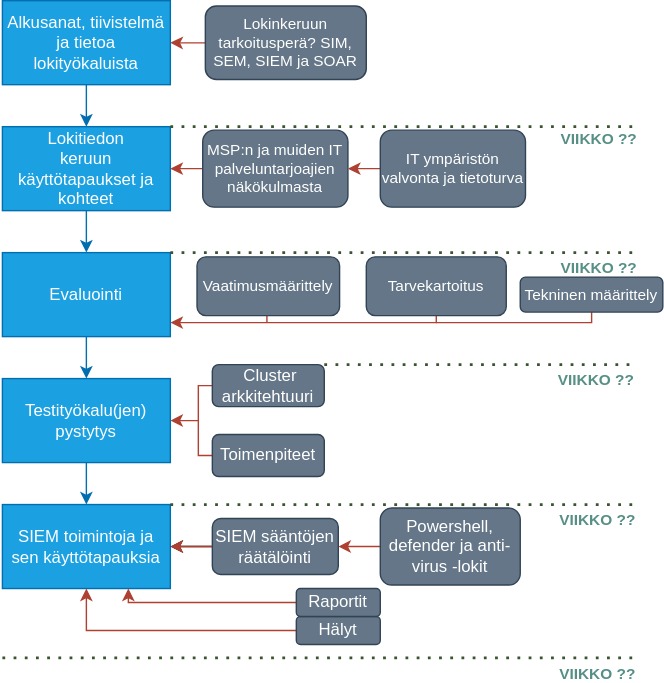
hirsmaki/oppari keeps this draw.io diagram as oppari_scope.svg. Above is the earlier version. Source tidied: cells renumbered, new cells last; positions are measured from the earlier drawing's top-left corner, leaving out a move shared by most shapes. The source it was exported from:
```xml
<mxGraphModel>
  <root>
    <mxCell id="0" />
    <mxCell id="1" parent="0" />
    <mxCell id="2" style="edgeStyle=orthogonalEdgeStyle;rounded=0;jettySize=auto;html=1;entryX=0.5;entryY=0;entryDx=0;entryDy=0;endArrow=classic;endFill=1;strokeColor=#006EAF;" parent="1" edge="1" source="3" target="9">
      <mxGeometry relative="1" as="geometry" />
    </mxCell>
    <mxCell id="3" value="Evaluointi" style="whiteSpace=wrap;html=1;fillColor=#1ba1e2;strokeColor=#006EAF;fontColor=#ffffff;" parent="1" vertex="1">
      <mxGeometry y="180" width="120" height="60" as="geometry" />
    </mxCell>
    <mxCell id="4" style="edgeStyle=orthogonalEdgeStyle;rounded=0;jettySize=auto;html=1;entryX=0.5;entryY=0;entryDx=0;entryDy=0;endArrow=classic;endFill=1;strokeColor=#006EAF;" parent="1" edge="1" source="5" target="7">
      <mxGeometry relative="1" as="geometry" />
    </mxCell>
    <mxCell id="5" value="Alkusanat, tiivistelmä ja tietoa lokityökaluista" style="rounded=0;whiteSpace=wrap;html=1;fillColor=#1ba1e2;strokeColor=#006EAF;fontColor=#ffffff;" parent="1" vertex="1">
      <mxGeometry width="120" height="60" as="geometry" />
    </mxCell>
    <mxCell id="6" style="edgeStyle=orthogonalEdgeStyle;rounded=0;jettySize=auto;html=1;entryX=0.5;entryY=0;entryDx=0;entryDy=0;endArrow=classic;endFill=1;strokeColor=#006EAF;" parent="1" edge="1" source="7" target="3">
      <mxGeometry relative="1" as="geometry" />
    </mxCell>
    <mxCell id="7" value="Lokitiedon&lt;br&gt;keruun käyttötapaukset ja kohteet" style="rounded=0;whiteSpace=wrap;html=1;fillColor=#1ba1e2;strokeColor=#006EAF;fontColor=#ffffff;" parent="1" vertex="1">
      <mxGeometry y="90" width="120" height="60" as="geometry" />
    </mxCell>
    <mxCell id="8" style="edgeStyle=orthogonalEdgeStyle;rounded=0;jettySize=auto;html=1;entryX=0.5;entryY=0;entryDx=0;entryDy=0;fillColor=#1ba1e2;strokeColor=#006EAF;" parent="1" edge="1" source="9" target="10">
      <mxGeometry relative="1" as="geometry" />
    </mxCell>
    <mxCell id="9" value="Testityökalu(jen) pystytys" style="rounded=0;whiteSpace=wrap;html=1;fillColor=#1ba1e2;strokeColor=#006EAF;fontColor=#ffffff;" parent="1" vertex="1">
      <mxGeometry y="270" width="120" height="60" as="geometry" />
    </mxCell>
    <mxCell id="10" value="SIEM toimintoja ja sen käyttötapauksia" style="rounded=0;whiteSpace=wrap;html=1;fillColor=#1ba1e2;strokeColor=#006EAF;fontColor=#ffffff;" parent="1" vertex="1">
      <mxGeometry y="360" width="120" height="60" as="geometry" />
    </mxCell>
    <mxCell id="11" style="edgeStyle=orthogonalEdgeStyle;rounded=0;jettySize=auto;html=1;entryX=1;entryY=0.5;entryDx=0;entryDy=0;fillColor=#fad9d5;strokeColor=#ae4132;" parent="1" edge="1" source="12" target="9">
      <mxGeometry relative="1" as="geometry">
        <Array as="points">
          <mxPoint x="140" y="275" />
          <mxPoint x="140" y="300" />
        </Array>
      </mxGeometry>
    </mxCell>
    <mxCell id="12" value="&amp;nbsp;Cluster arkkitehtuuri" style="rounded=1;whiteSpace=wrap;html=1;fillColor=#647687;strokeColor=#314354;fontColor=#ffffff;" parent="1" vertex="1">
      <mxGeometry x="150" y="260" width="80" height="30" as="geometry" />
    </mxCell>
    <mxCell id="13" style="edgeStyle=orthogonalEdgeStyle;rounded=0;jettySize=auto;html=1;entryX=1;entryY=0.5;entryDx=0;entryDy=0;endArrow=classic;endFill=1;fillColor=#fad9d5;strokeColor=#ae4132;" parent="1" edge="1" source="14" target="17">
      <mxGeometry relative="1" as="geometry" />
    </mxCell>
    <mxCell id="14" value="Powershell, defender ja anti-virus -lokit" style="rounded=1;whiteSpace=wrap;html=1;fillColor=#647687;strokeColor=#314354;fontColor=#ffffff;" parent="1" vertex="1">
      <mxGeometry x="270" y="362.5" width="100" height="55" as="geometry" />
    </mxCell>
    <mxCell id="15" style="edgeStyle=orthogonalEdgeStyle;rounded=0;jettySize=auto;html=1;entryX=1;entryY=0.5;entryDx=0;entryDy=0;" parent="1" edge="1" source="17" target="10">
      <mxGeometry relative="1" as="geometry" />
    </mxCell>
    <mxCell id="16" style="edgeStyle=orthogonalEdgeStyle;rounded=0;jettySize=auto;html=1;fontColor=#568F85;fillColor=#fad9d5;strokeColor=#ae4132;" parent="1" edge="1" source="17" target="10">
      <mxGeometry relative="1" as="geometry" />
    </mxCell>
    <mxCell id="17" value="SIEM sääntöjen räätälöinti" style="rounded=1;whiteSpace=wrap;html=1;fillColor=#647687;strokeColor=#314354;fontColor=#ffffff;" parent="1" vertex="1">
      <mxGeometry x="150" y="370" width="90" height="40" as="geometry" />
    </mxCell>
    <mxCell id="18" style="edgeStyle=orthogonalEdgeStyle;rounded=0;jettySize=auto;html=1;endArrow=classic;endFill=1;fillColor=#fad9d5;strokeColor=#ae4132;" parent="1" edge="1" source="19">
      <mxGeometry relative="1" as="geometry">
        <mxPoint x="60" y="420" as="targetPoint" />
        <Array as="points">
          <mxPoint x="60" y="450" />
        </Array>
      </mxGeometry>
    </mxCell>
    <mxCell id="19" value="Hälyt" style="rounded=1;whiteSpace=wrap;html=1;fillColor=#647687;strokeColor=#314354;fontColor=#ffffff;" parent="1" vertex="1">
      <mxGeometry x="210" y="440" width="60" height="20" as="geometry" />
    </mxCell>
    <mxCell id="20" style="edgeStyle=orthogonalEdgeStyle;rounded=0;jettySize=auto;html=1;entryX=1;entryY=0.5;entryDx=0;entryDy=0;fillColor=#fad9d5;strokeColor=#ae4132;" parent="1" edge="1" source="21" target="5">
      <mxGeometry relative="1" as="geometry" />
    </mxCell>
    <mxCell id="21" value="Lokinkeruun tarkoitusperä? SIM, SEM, SIEM ja SOAR" style="rounded=1;whiteSpace=wrap;html=1;fillColor=#647687;fontSize=11;strokeColor=#314354;fontColor=#ffffff;" parent="1" vertex="1">
      <mxGeometry x="145" y="3.8" width="115" height="52.5" as="geometry" />
    </mxCell>
    <mxCell id="22" style="edgeStyle=orthogonalEdgeStyle;rounded=0;jettySize=auto;html=1;entryX=1;entryY=0.5;entryDx=0;entryDy=0;fontSize=11;fillColor=#fad9d5;strokeColor=#ae4132;" parent="1" edge="1" source="23" target="7">
      <mxGeometry relative="1" as="geometry" />
    </mxCell>
    <mxCell id="23" value="MSP:n ja muiden IT palveluntarjoajien näkökulmasta" style="rounded=1;whiteSpace=wrap;html=1;fontSize=11;fillColor=#647687;strokeColor=#314354;fontColor=#ffffff;" parent="1" vertex="1">
      <mxGeometry x="143.1" y="92.5" width="103.8" height="55" as="geometry" />
    </mxCell>
    <mxCell id="24" style="edgeStyle=orthogonalEdgeStyle;rounded=0;jettySize=auto;html=1;endArrow=classic;endFill=1;fillColor=#fad9d5;strokeColor=#ae4132;" parent="1" edge="1" source="25">
      <mxGeometry relative="1" as="geometry">
        <mxPoint x="90" y="420" as="targetPoint" />
        <Array as="points">
          <mxPoint x="90" y="430" />
          <mxPoint x="90" y="420" />
        </Array>
      </mxGeometry>
    </mxCell>
    <mxCell id="25" value="Raportit" style="rounded=1;whiteSpace=wrap;html=1;fillColor=#647687;strokeColor=#314354;fontColor=#ffffff;" parent="1" vertex="1">
      <mxGeometry x="210" y="420" width="60" height="20" as="geometry" />
    </mxCell>
    <mxCell id="26" style="edgeStyle=orthogonalEdgeStyle;rounded=0;jettySize=auto;html=1;endArrow=none;endFill=0;fillColor=#fad9d5;strokeColor=#ae4132;" parent="1" edge="1" source="27">
      <mxGeometry relative="1" as="geometry">
        <mxPoint x="140" y="300" as="targetPoint" />
        <Array as="points">
          <mxPoint x="140" y="325" />
        </Array>
      </mxGeometry>
    </mxCell>
    <mxCell id="27" value="Toimenpiteet" style="rounded=1;whiteSpace=wrap;html=1;fillColor=#647687;strokeColor=#314354;fontColor=#ffffff;" parent="1" vertex="1">
      <mxGeometry x="150" y="310" width="80" height="30" as="geometry" />
    </mxCell>
    <mxCell id="28" style="endArrow=none;dashed=1;html=1;dashPattern=1 3;strokeWidth=2;exitX=1;exitY=0;exitDx=0;exitDy=0;fillColor=#6d8764;strokeColor=#3A5431;" parent="1" edge="1">
      <mxGeometry relative="1" as="geometry">
        <mxPoint x="120" y="180" as="sourcePoint" />
        <mxPoint x="450" y="180" as="targetPoint" />
      </mxGeometry>
    </mxCell>
    <mxCell id="29" value="VIIKKO ??" style="edgeLabel;html=1;align=center;verticalAlign=middle;fontStyle=1;labelBackgroundColor=none;fontColor=#568F85;" parent="28" vertex="1">
      <mxGeometry x="0.78" y="-3" relative="1" as="geometry">
        <mxPoint x="12" y="7" as="offset" />
      </mxGeometry>
    </mxCell>
    <mxCell id="30" style="endArrow=none;dashed=1;html=1;dashPattern=1 3;strokeWidth=2;fillColor=#6d8764;strokeColor=#3A5431;exitX=1;exitY=0;exitDx=0;exitDy=0;" parent="1" edge="1" source="12">
      <mxGeometry relative="1" as="geometry">
        <mxPoint x="450" y="260" as="targetPoint" />
        <Array as="points">
          <mxPoint x="410" y="260" />
        </Array>
      </mxGeometry>
    </mxCell>
    <mxCell id="31" value="VIIKKO ??" style="edgeLabel;html=1;align=center;verticalAlign=middle;fontStyle=1;labelBackgroundColor=none;fontColor=#568F85;" parent="30" vertex="1">
      <mxGeometry x="0.78" y="-3" relative="1" as="geometry">
        <mxPoint x="-2" y="7" as="offset" />
      </mxGeometry>
    </mxCell>
    <mxCell id="32" style="endArrow=none;dashed=1;html=1;dashPattern=1 3;strokeWidth=2;exitX=1;exitY=0;exitDx=0;exitDy=0;fillColor=#6d8764;strokeColor=#3A5431;" parent="1" edge="1">
      <mxGeometry relative="1" as="geometry">
        <mxPoint x="120" y="90" as="sourcePoint" />
        <mxPoint x="450" y="90" as="targetPoint" />
      </mxGeometry>
    </mxCell>
    <mxCell id="33" value="VIIKKO ??" style="edgeLabel;html=1;align=center;verticalAlign=middle;fontStyle=1;labelBackgroundColor=none;fontColor=#568F85;" parent="32" vertex="1">
      <mxGeometry x="0.78" y="-3" relative="1" as="geometry">
        <mxPoint x="12" y="5" as="offset" />
      </mxGeometry>
    </mxCell>
    <mxCell id="34" style="endArrow=none;dashed=1;html=1;dashPattern=1 3;strokeWidth=2;exitX=1;exitY=0;exitDx=0;exitDy=0;fillColor=#6d8764;strokeColor=#3A5431;" parent="1" edge="1" source="10">
      <mxGeometry relative="1" as="geometry">
        <mxPoint x="450" y="360" as="targetPoint" />
      </mxGeometry>
    </mxCell>
    <mxCell id="35" value="VIIKKO ??" style="edgeLabel;html=1;align=center;verticalAlign=middle;fontStyle=1;labelBackgroundColor=none;fontColor=#568F85;" parent="1" vertex="1">
      <mxGeometry x="425" y="370" as="geometry" />
    </mxCell>
    <mxCell id="36" style="endArrow=none;dashed=1;html=1;dashPattern=1 3;strokeWidth=2;fillColor=#6d8764;strokeColor=#3A5431;" parent="1" edge="1">
      <mxGeometry relative="1" as="geometry">
        <mxPoint y="469.5" as="sourcePoint" />
        <mxPoint x="450" y="469.5" as="targetPoint" />
      </mxGeometry>
    </mxCell>
    <mxCell id="37" value="VIIKKO ??" style="edgeLabel;html=1;align=center;verticalAlign=middle;fontStyle=1;labelBackgroundColor=none;fontColor=#568F85;" parent="1" vertex="1">
      <mxGeometry x="425" y="480" as="geometry" />
    </mxCell>
    <mxCell id="38" style="edgeStyle=orthogonalEdgeStyle;rounded=0;jettySize=auto;html=1;endArrow=classic;endFill=1;strokeColor=#ae4132;entryX=1;entryY=0.5;entryDx=0;entryDy=0;fillColor=#fad9d5;" parent="1" edge="1" source="39" target="23">
      <mxGeometry relative="1" as="geometry" />
    </mxCell>
    <mxCell id="39" value="IT ympäristön valvonta ja tietoturva" style="rounded=1;whiteSpace=wrap;html=1;fontSize=11;fillColor=#647687;strokeColor=#314354;fontColor=#ffffff;" parent="1" vertex="1">
      <mxGeometry x="270" y="92.5" width="103.8" height="55" as="geometry" />
    </mxCell>
    <mxCell id="40" style="edgeStyle=orthogonalEdgeStyle;rounded=0;jettySize=auto;html=1;endArrow=none;endFill=0;strokeColor=#ae4132;fillColor=#fad9d5;" parent="1" edge="1" source="41">
      <mxGeometry relative="1" as="geometry">
        <mxPoint x="189" y="230" as="targetPoint" />
        <Array as="points">
          <mxPoint x="189" y="220" />
          <mxPoint x="189" y="220" />
        </Array>
      </mxGeometry>
    </mxCell>
    <mxCell id="41" value="Vaatimusmäärittely" style="rounded=1;whiteSpace=wrap;html=1;fontSize=11;fillColor=#647687;strokeColor=#314354;fontColor=#ffffff;" parent="1" vertex="1">
      <mxGeometry x="139.1" y="183" width="101.9" height="42" as="geometry" />
    </mxCell>
    <mxCell id="42" style="edgeStyle=orthogonalEdgeStyle;rounded=0;jettySize=auto;html=1;endArrow=classic;endFill=1;fillColor=#fad9d5;strokeColor=#AE4132;" parent="1" edge="1" source="43" target="3">
      <mxGeometry relative="1" as="geometry">
        <Array as="points">
          <mxPoint x="310" y="230" />
        </Array>
      </mxGeometry>
    </mxCell>
    <mxCell id="43" value="Tarvekartoitus" style="rounded=1;whiteSpace=wrap;html=1;fontSize=11;fillColor=#647687;strokeColor=#314354;fontColor=#ffffff;" parent="1" vertex="1">
      <mxGeometry x="260" y="183" width="100" height="42" as="geometry" />
    </mxCell>
    <mxCell id="44" style="edgeStyle=orthogonalEdgeStyle;rounded=0;jettySize=auto;html=1;strokeColor=#AE4132;endArrow=none;endFill=0;" parent="1" edge="1" source="45">
      <mxGeometry relative="1" as="geometry">
        <mxPoint x="310" y="230" as="targetPoint" />
        <Array as="points">
          <mxPoint x="421" y="230" />
        </Array>
      </mxGeometry>
    </mxCell>
    <mxCell id="45" value="Tekninen määrittely" style="rounded=1;whiteSpace=wrap;html=1;fontSize=11;fillColor=#647687;strokeColor=#314354;fontColor=#ffffff;" parent="1" vertex="1">
      <mxGeometry x="370" y="197.5" width="101.9" height="25" as="geometry" />
    </mxCell>
  </root>
</mxGraphModel>
```
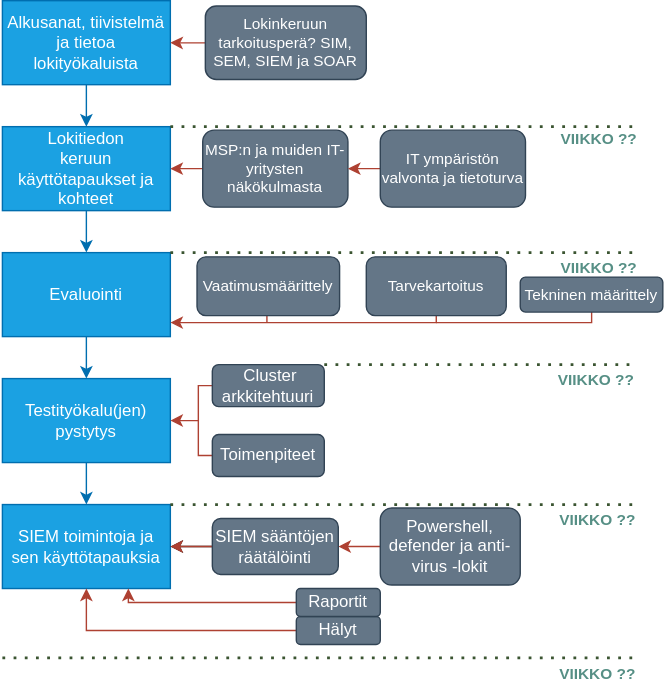
After the change.

The edit, as a diff of the source:
```diff
@@ -75,7 +75,7 @@
     <mxCell id="22" style="edgeStyle=orthogonalEdgeStyle;rounded=0;jettySize=auto;html=1;entryX=1;entryY=0.5;entryDx=0;entryDy=0;fontSize=11;fillColor=#fad9d5;strokeColor=#ae4132;" parent="1" edge="1" source="23" target="7">
       <mxGeometry relative="1" as="geometry" />
     </mxCell>
-    <mxCell id="23" value="MSP:n ja muiden IT palveluntarjoajien näkökulmasta" style="rounded=1;whiteSpace=wrap;html=1;fontSize=11;fillColor=#647687;strokeColor=#314354;fontColor=#ffffff;" parent="1" vertex="1">
+    <mxCell id="23" value="MSP:n ja muiden IT-yritysten näkökulmasta" style="rounded=1;whiteSpace=wrap;html=1;fontSize=11;fillColor=#647687;strokeColor=#314354;fontColor=#ffffff;" parent="1" vertex="1">
       <mxGeometry x="143.1" y="92.5" width="103.8" height="55" as="geometry" />
     </mxCell>
     <mxCell id="24" style="edgeStyle=orthogonalEdgeStyle;rounded=0;jettySize=auto;html=1;endArrow=classic;endFill=1;fillColor=#fad9d5;strokeColor=#ae4132;" parent="1" edge="1" source="25">
```
